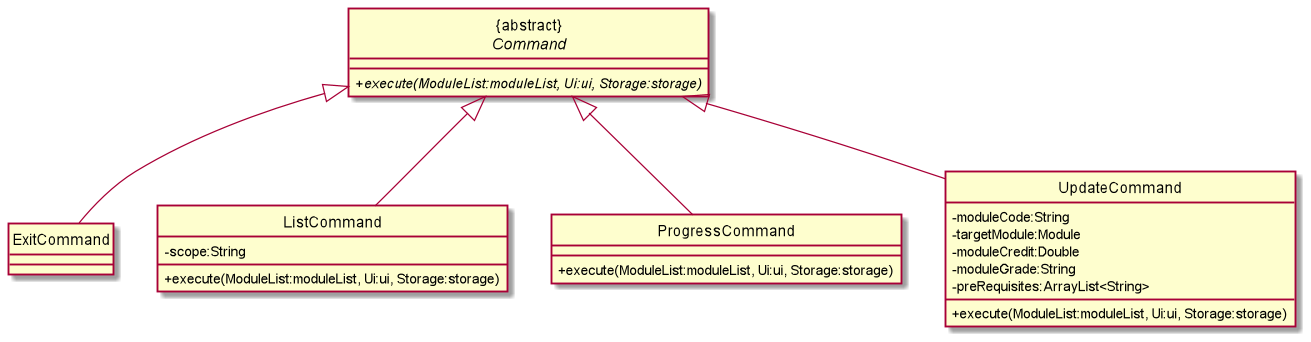
Above: docs/images/CommandClassDiagram2.png in oscarlai1998/tp (PlantUML), before the change.
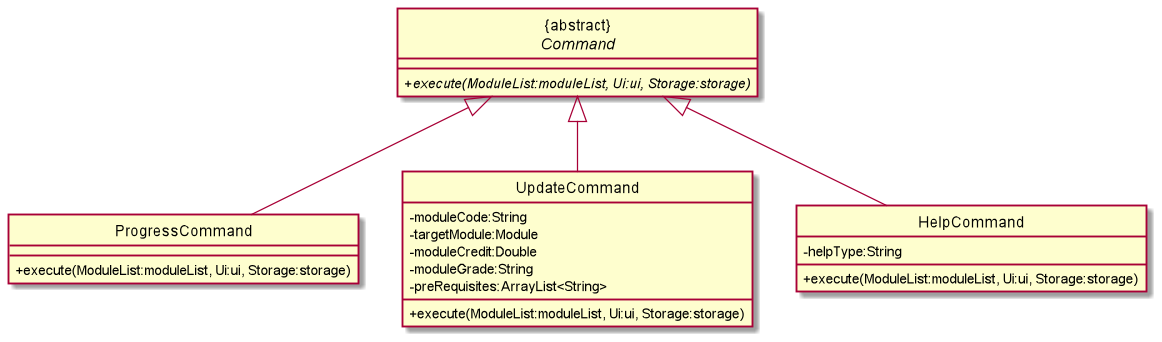
Later version of the same file.

Commit message:
Split Command class diagram into 3, add testing to PPP

The edit, as a diff of the source:
```diff
@@ -7,13 +7,6 @@
     +<i>execute(ModuleList:moduleList, Ui:ui, Storage:storage)
 }
 
-class "ExitCommand" {
-}
-
-class "ListCommand" {
-    -scope:String
-    +execute(ModuleList:moduleList, Ui:ui, Storage:storage)
-}
 
 class "ProgressCommand" {
     +execute(ModuleList:moduleList, Ui:ui, Storage:storage)
@@ -28,8 +21,12 @@
     +execute(ModuleList:moduleList, Ui:ui, Storage:storage)
 }
 
-"{abstract}\n<i>Command" <|-- "ExitCommand"
-"{abstract}\n<i>Command" <|-- "ListCommand"
+class "HelpCommand" {
+    -helpType:String
+    +execute(ModuleList:moduleList, Ui:ui, Storage:storage)
+}
+
 "{abstract}\n<i>Command" <|-- "ProgressCommand"
 "{abstract}\n<i>Command" <|-- "UpdateCommand"
+"{abstract}\n<i>Command" <|-- "HelpCommand"
 @enduml
```
